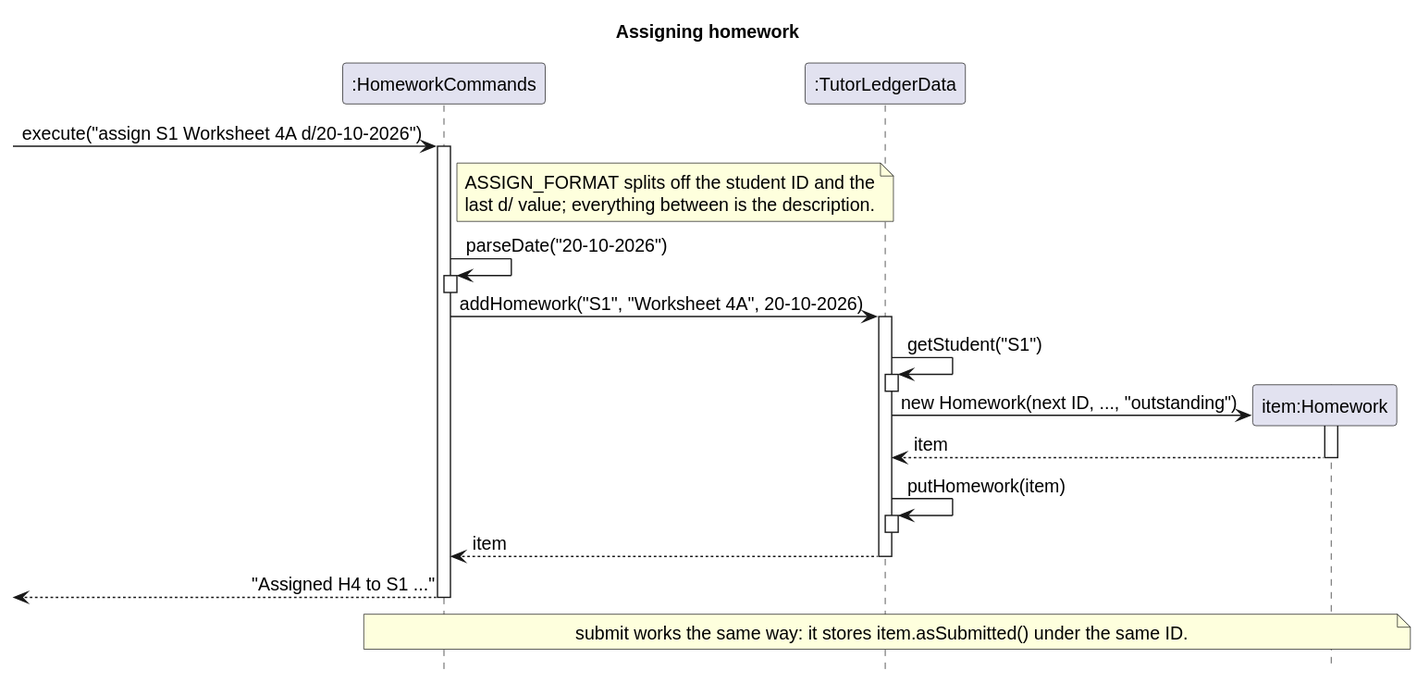
Above: docs/diagrams/homework-assign-sequence.svg in AY2627S1-CS2113-W12-2/tp (PlantUML), before the change. Its diagram source:
```plantuml
@startuml
skinparam backgroundColor white
skinparam defaultFontSize 14
skinparam shadowing false
hide footbox
title Assigning homework

participant ":HomeworkCommands" as Commands
participant ":TutorLedgerData" as Data
participant "item:Homework" as Item

[-> Commands : execute("assign S1 Worksheet 4A d/20-10-2026")
activate Commands
note right of Commands
  ASSIGN_FORMAT splits off the student ID and the
  last d/ value; everything between is the description.
end note
Commands -> Commands : parseDate("20-10-2026")
activate Commands
deactivate Commands

Commands -> Data : addHomework("S1", "Worksheet 4A", 20-10-2026)
activate Data
Data -> Data : getStudent("S1")
activate Data
deactivate Data
create Item
Data -> Item : new Homework(next ID, ..., "outstanding")
activate Item
Item --> Data : item
deactivate Item
Data -> Data : putHomework(item)
activate Data
deactivate Data
Data --> Commands : item
deactivate Data

Commands -->[ : "Assigned H4 to S1 ..."
deactivate Commands
note over Commands, Item
  submit works the same way: it stores item.asSubmitted() under the same ID.
end note
@enduml
```
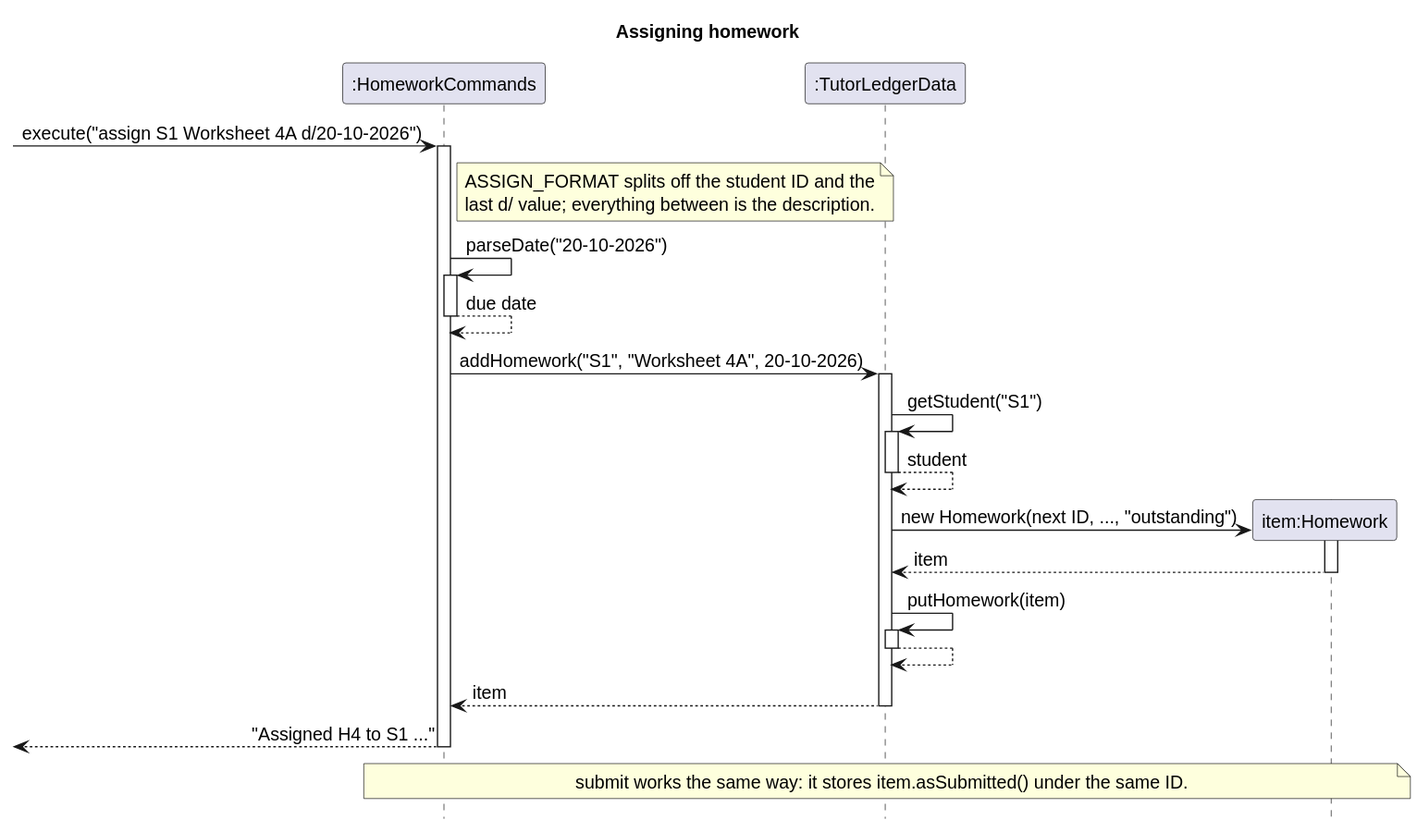
After the commit.

Diff of the diagram source:
```diff
@@ -17,12 +17,14 @@
 end note
 Commands -> Commands : parseDate("20-10-2026")
 activate Commands
+Commands --> Commands : due date
 deactivate Commands
 
 Commands -> Data : addHomework("S1", "Worksheet 4A", 20-10-2026)
 activate Data
 Data -> Data : getStudent("S1")
 activate Data
+Data --> Data : student
 deactivate Data
 create Item
 Data -> Item : new Homework(next ID, ..., "outstanding")
@@ -31,6 +33,7 @@
 deactivate Item
 Data -> Data : putHomework(item)
 activate Data
+Data --> Data
 deactivate Data
 Data --> Commands : item
 deactivate Data
```
